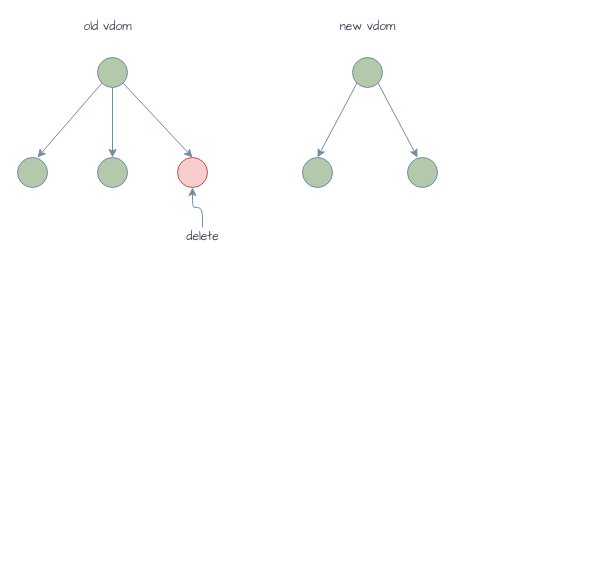
Above: react.drawio in silan-liu/drawio (draw.io), before the change. Source tidied: cells renumbered, new cells numbered last; positions are measured from the earlier drawing's top-left corner, leaving out a move shared by most shapes. Both pictures are drawn from the tidied source at 100%, with x=0, y=0 at pixel (17, 17).
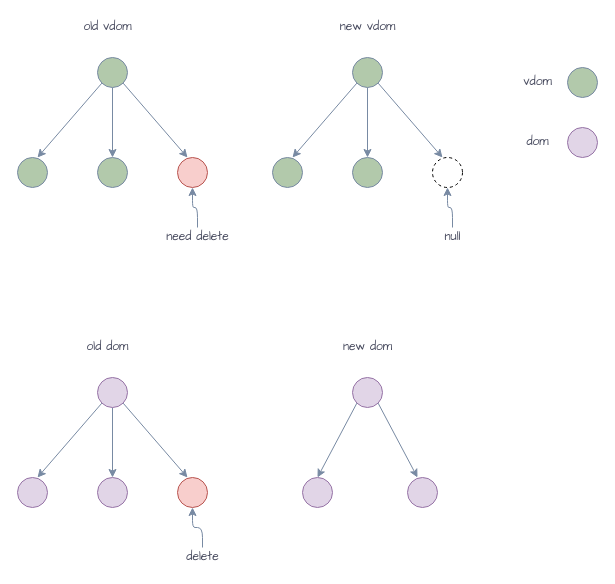
Above is the later version.

Unchanged cells that the change refers to:
```xml
<mxCell id="8" style="ellipse;whiteSpace=wrap;html=1;fillColor=#f8cecc;strokeColor=#b85450;fontFamily=Comic Sans MS;" parent="1" vertex="1">
  <mxGeometry x="160" y="140" width="30" height="30" as="geometry" />
</mxCell>
<mxCell id="13" style="ellipse;whiteSpace=wrap;html=1;fillColor=#B2C9AB;strokeColor=#788AA3;fontColor=#46495D;fontFamily=Comic Sans MS;" parent="1" vertex="1">
  <mxGeometry x="80" y="40" width="30" height="30" as="geometry" />
</mxCell>
```

Diff of the diagram source:
```diff
@@
-    <mxCell id="2" style="ellipse;whiteSpace=wrap;html=1;fillColor=#B2C9AB;strokeColor=#788AA3;fontColor=#46495D;fontFamily=Comic Sans MS;" parent="1" vertex="1">
-      <mxGeometry x="390" y="140" width="30" height="30" as="geometry" />
-    </mxCell>
-    <mxCell id="3" style="ellipse;whiteSpace=wrap;html=1;fillColor=#B2C9AB;strokeColor=#788AA3;fontColor=#46495D;fontFamily=Comic Sans MS;" parent="1" vertex="1">
-      <mxGeometry x="335" y="40" width="30" height="30" as="geometry" />
-    </mxCell>
-    <mxCell id="4" style="ellipse;whiteSpace=wrap;html=1;fillColor=#B2C9AB;strokeColor=#788AA3;fontColor=#46495D;fontFamily=Comic Sans MS;" parent="1" vertex="1">
-      <mxGeometry x="285" y="140" width="30" height="30" as="geometry" />
-    </mxCell>
-    <mxCell id="5" style="endArrow=classic;html=1;fontColor=#46495D;strokeColor=#788AA3;fillColor=#B2C9AB;exitX=0;exitY=1;exitDx=0;exitDy=0;fontFamily=Comic Sans MS;entryX=0.5;entryY=0;entryDx=0;entryDy=0;" parent="1" edge="1" source="3" target="4">
-      <mxGeometry relative="1" as="geometry" />
-    </mxCell>
-    <mxCell id="6" style="endArrow=classic;html=1;fontColor=#46495D;strokeColor=#788AA3;fillColor=#B2C9AB;exitX=1;exitY=1;exitDx=0;exitDy=0;fontFamily=Comic Sans MS;" parent="1" edge="1" source="3">
-      <mxGeometry relative="1" as="geometry">
-        <mxPoint x="400" y="140" as="targetPoint" />
-      </mxGeometry>
-    </mxCell>
@@
-    <mxCell id="12" style="endArrow=classic;html=1;fontColor=#46495D;strokeColor=#788AA3;fillColor=#B2C9AB;exitX=1;exitY=1;exitDx=0;exitDy=0;entryX=0.5;entryY=0;entryDx=0;entryDy=0;fontFamily=Comic Sans MS;" parent="1" edge="1" source="13" target="8">
-      <mxGeometry relative="1" as="geometry" />
+    <mxCell id="12" style="endArrow=classic;html=1;fontColor=#46495D;strokeColor=#788AA3;fillColor=#B2C9AB;exitX=1;exitY=1;exitDx=0;exitDy=0;fontFamily=Comic Sans MS;" parent="1" edge="1" source="13">
+      <mxGeometry relative="1" as="geometry">
+        <mxPoint x="170" y="140" as="targetPoint" />
+      </mxGeometry>
     </mxCell>
@@
-    <mxCell id="16" style="edgeStyle=orthogonalEdgeStyle;curved=0;rounded=1;sketch=0;jettySize=auto;html=1;fontFamily=Comic Sans MS;fontColor=#46495D;strokeColor=#788AA3;fillColor=#B2C9AB;" parent="1" edge="1" source="17" target="8">
-      <mxGeometry relative="1" as="geometry" />
-    </mxCell>
+    <mxCell id="18" style="ellipse;whiteSpace=wrap;html=1;fillColor=#e1d5e7;strokeColor=#9673a6;fontFamily=Comic Sans MS;" parent="1" vertex="1">
+      <mxGeometry x="390" y="460" width="30" height="30" as="geometry" />
+    </mxCell>
+    <mxCell id="19" style="ellipse;whiteSpace=wrap;html=1;fillColor=#e1d5e7;strokeColor=#9673a6;fontFamily=Comic Sans MS;" parent="1" vertex="1">
+      <mxGeometry x="335" y="360" width="30" height="30" as="geometry" />
+    </mxCell>
+    <mxCell id="20" style="ellipse;whiteSpace=wrap;html=1;fillColor=#e1d5e7;strokeColor=#9673a6;fontFamily=Comic Sans MS;" parent="1" vertex="1">
+      <mxGeometry x="285" y="460" width="30" height="30" as="geometry" />
+    </mxCell>
+    <mxCell id="21" style="endArrow=classic;html=1;fontColor=#46495D;strokeColor=#788AA3;fillColor=#B2C9AB;exitX=0;exitY=1;exitDx=0;exitDy=0;fontFamily=Comic Sans MS;entryX=0.5;entryY=0;entryDx=0;entryDy=0;" parent="1" edge="1" source="19" target="20">
+      <mxGeometry relative="1" as="geometry" />
+    </mxCell>
+    <mxCell id="22" style="endArrow=classic;html=1;fontColor=#46495D;strokeColor=#788AA3;fillColor=#B2C9AB;exitX=1;exitY=1;exitDx=0;exitDy=0;fontFamily=Comic Sans MS;" parent="1" edge="1" source="19">
+      <mxGeometry relative="1" as="geometry">
+        <mxPoint x="400" y="460" as="targetPoint" />
+      </mxGeometry>
+    </mxCell>
+    <mxCell id="23" style="ellipse;whiteSpace=wrap;html=1;fillColor=#e1d5e7;strokeColor=#9673a6;fontFamily=Comic Sans MS;" parent="1" vertex="1">
+      <mxGeometry x="80" y="460" width="30" height="30" as="geometry" />
+    </mxCell>
+    <mxCell id="24" style="ellipse;whiteSpace=wrap;html=1;fillColor=#f8cecc;strokeColor=#b85450;fontFamily=Comic Sans MS;" parent="1" vertex="1">
+      <mxGeometry x="160" y="460" width="30" height="30" as="geometry" />
+    </mxCell>
+    <mxCell id="25" style="ellipse;whiteSpace=wrap;html=1;fillColor=#e1d5e7;strokeColor=#9673a6;fontFamily=Comic Sans MS;" parent="1" vertex="1">
+      <mxGeometry y="460" width="30" height="30" as="geometry" />
+    </mxCell>
+    <mxCell id="26" style="endArrow=classic;html=1;fontColor=#46495D;strokeColor=#788AA3;fillColor=#B2C9AB;exitX=0;exitY=1;exitDx=0;exitDy=0;fontFamily=Comic Sans MS;" parent="1" edge="1" source="29">
+      <mxGeometry relative="1" as="geometry">
+        <mxPoint x="20" y="460" as="targetPoint" />
+      </mxGeometry>
+    </mxCell>
+    <mxCell id="27" style="endArrow=classic;html=1;fontColor=#46495D;strokeColor=#788AA3;fillColor=#B2C9AB;exitX=0.5;exitY=1;exitDx=0;exitDy=0;entryX=0.5;entryY=0;entryDx=0;entryDy=0;fontFamily=Comic Sans MS;" parent="1" edge="1" source="29" target="23">
+      <mxGeometry relative="1" as="geometry" />
+    </mxCell>
+    <mxCell id="28" style="endArrow=classic;html=1;fontColor=#46495D;strokeColor=#788AA3;fillColor=#B2C9AB;exitX=1;exitY=1;exitDx=0;exitDy=0;fontFamily=Comic Sans MS;" parent="1" edge="1" source="29">
+      <mxGeometry relative="1" as="geometry">
+        <mxPoint x="170" y="460" as="targetPoint" />
+      </mxGeometry>
+    </mxCell>
+    <mxCell id="29" style="ellipse;whiteSpace=wrap;html=1;fillColor=#e1d5e7;strokeColor=#9673a6;fontFamily=Comic Sans MS;" parent="1" vertex="1">
+      <mxGeometry x="80" y="360" width="30" height="30" as="geometry" />
+    </mxCell>
+    <mxCell id="30" value="old dom" style="text;html=1;align=center;verticalAlign=middle;strokeColor=none;fontColor=#46495D;fontFamily=Comic Sans MS;" parent="1" vertex="1">
+      <mxGeometry x="60" y="320" width="60" height="20" as="geometry" />
+    </mxCell>
+    <mxCell id="31" value="new dom" style="text;html=1;align=center;verticalAlign=middle;strokeColor=none;fontColor=#46495D;fontFamily=Comic Sans MS;" parent="1" vertex="1">
+      <mxGeometry x="320" y="320" width="60" height="20" as="geometry" />
+    </mxCell>
+    <mxCell id="32" style="edgeStyle=orthogonalEdgeStyle;curved=0;rounded=1;sketch=0;jettySize=auto;html=1;fontFamily=Comic Sans MS;fontColor=#46495D;strokeColor=#788AA3;fillColor=#B2C9AB;" parent="1" edge="1" source="17" target="24">
+      <mxGeometry relative="1" as="geometry" />
+    </mxCell>
     <mxCell id="17" value="delete" style="text;html=1;align=center;verticalAlign=middle;points=[];strokeColor=none;fontFamily=Comic Sans MS;fontColor=#46495D;" parent="1" vertex="1">
-      <mxGeometry x="160" y="210" width="50" height="20" as="geometry" />
+      <mxGeometry x="160" y="530" width="50" height="20" as="geometry" />
     </mxCell>
+    <mxCell id="33" style="ellipse;whiteSpace=wrap;html=1;fillColor=#B2C9AB;strokeColor=#788AA3;fontColor=#46495D;fontFamily=Comic Sans MS;" parent="1" vertex="1">
+      <mxGeometry x="550" y="50" width="30" height="30" as="geometry" />
+    </mxCell>
+    <mxCell id="34" value="vdom" style="text;html=1;align=center;verticalAlign=middle;strokeColor=none;fontFamily=Comic Sans MS;fontColor=#46495D;" parent="1" vertex="1">
+      <mxGeometry x="500" y="55" width="40" height="20" as="geometry" />
+    </mxCell>
+    <mxCell id="35" style="ellipse;whiteSpace=wrap;html=1;fillColor=#e1d5e7;strokeColor=#9673a6;fontFamily=Comic Sans MS;" parent="1" vertex="1">
+      <mxGeometry x="550" y="110" width="30" height="30" as="geometry" />
+    </mxCell>
+    <mxCell id="36" value="dom" style="text;html=1;align=center;verticalAlign=middle;strokeColor=none;fontFamily=Comic Sans MS;fontColor=#46495D;" parent="1" vertex="1">
+      <mxGeometry x="500" y="115" width="40" height="20" as="geometry" />
+    </mxCell>
+    <mxCell id="37" style="ellipse;whiteSpace=wrap;html=1;fillColor=#B2C9AB;strokeColor=#788AA3;fontColor=#46495D;fontFamily=Comic Sans MS;" parent="1" vertex="1">
+      <mxGeometry x="335" y="140" width="30" height="30" as="geometry" />
+    </mxCell>
+    <mxCell id="38" style="ellipse;whiteSpace=wrap;html=1;fontFamily=Comic Sans MS;dashed=1;" parent="1" vertex="1">
+      <mxGeometry x="415" y="140" width="30" height="30" as="geometry" />
+    </mxCell>
+    <mxCell id="39" style="endArrow=classic;html=1;fontColor=#46495D;strokeColor=#788AA3;fillColor=#B2C9AB;exitX=0;exitY=1;exitDx=0;exitDy=0;fontFamily=Comic Sans MS;" parent="1" edge="1" source="3">
+      <mxGeometry relative="1" as="geometry">
+        <mxPoint x="275" y="140" as="targetPoint" />
+      </mxGeometry>
+    </mxCell>
+    <mxCell id="40" style="endArrow=classic;html=1;fontColor=#46495D;strokeColor=#788AA3;fillColor=#B2C9AB;exitX=0.5;exitY=1;exitDx=0;exitDy=0;entryX=0.5;entryY=0;entryDx=0;entryDy=0;fontFamily=Comic Sans MS;" parent="1" edge="1" source="3" target="37">
+      <mxGeometry relative="1" as="geometry" />
+    </mxCell>
+    <mxCell id="41" style="endArrow=classic;html=1;fontColor=#46495D;strokeColor=#788AA3;fillColor=#B2C9AB;exitX=1;exitY=1;exitDx=0;exitDy=0;fontFamily=Comic Sans MS;" parent="1" edge="1" source="3">
+      <mxGeometry relative="1" as="geometry">
+        <mxPoint x="425" y="140" as="targetPoint" />
+      </mxGeometry>
+    </mxCell>
+    <mxCell id="3" style="ellipse;whiteSpace=wrap;html=1;fillColor=#B2C9AB;strokeColor=#788AA3;fontColor=#46495D;fontFamily=Comic Sans MS;" parent="1" vertex="1">
+      <mxGeometry x="335" y="40" width="30" height="30" as="geometry" />
+    </mxCell>
+    <mxCell id="42" style="ellipse;whiteSpace=wrap;html=1;fillColor=#B2C9AB;strokeColor=#788AA3;fontColor=#46495D;fontFamily=Comic Sans MS;" parent="1" vertex="1">
+      <mxGeometry x="255" y="140" width="30" height="30" as="geometry" />
+    </mxCell>
+    <mxCell id="43" style="edgeStyle=orthogonalEdgeStyle;curved=0;rounded=1;sketch=0;jettySize=auto;html=1;fontFamily=Comic Sans MS;fontColor=#46495D;strokeColor=#788AA3;fillColor=#B2C9AB;" parent="1" edge="1" source="44" target="38">
+      <mxGeometry relative="1" as="geometry" />
+    </mxCell>
+    <mxCell id="44" value="null" style="text;html=1;align=center;verticalAlign=middle;points=[];strokeColor=none;fontFamily=Comic Sans MS;fontColor=#46495D;" parent="1" vertex="1">
+      <mxGeometry x="420" y="210" width="30" height="20" as="geometry" />
+    </mxCell>
+    <mxCell id="45" style="edgeStyle=orthogonalEdgeStyle;curved=0;rounded=1;sketch=0;jettySize=auto;html=1;entryX=0.5;entryY=1;entryDx=0;entryDy=0;fontFamily=Comic Sans MS;fontColor=#46495D;strokeColor=#788AA3;fillColor=#B2C9AB;" parent="1" edge="1" source="46" target="8">
+      <mxGeometry relative="1" as="geometry" />
+    </mxCell>
+    <mxCell id="46" value="need delete" style="text;html=1;align=center;verticalAlign=middle;points=[];strokeColor=none;fontFamily=Comic Sans MS;fontColor=#46495D;" parent="1" vertex="1">
+      <mxGeometry x="140" y="210" width="80" height="20" as="geometry" />
+    </mxCell>
```
